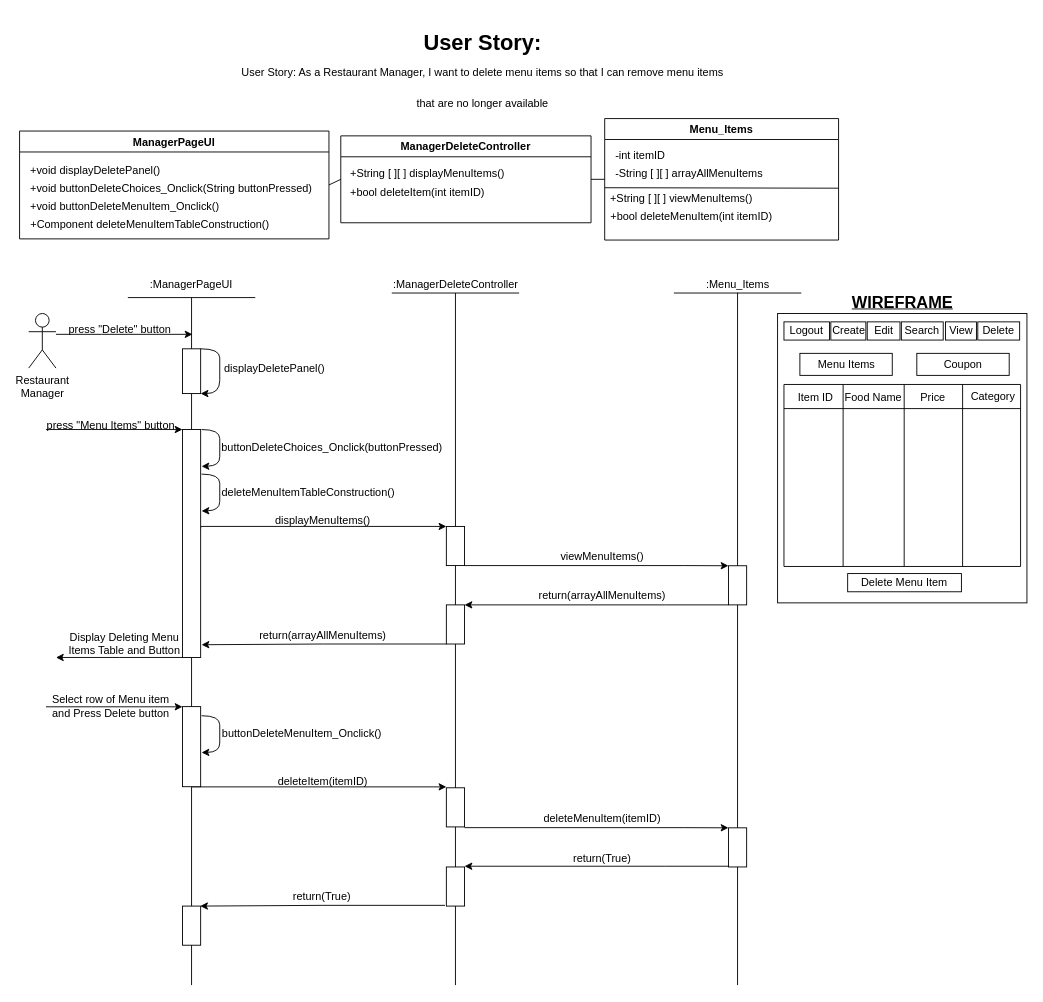
Above: BCE_UML_and_Diagrams/RestaurantManager (WIP)/RestaurantManager_DeleteItems(#19)/UserStory#19_DeleteItems.drawio in extred5700/JAVAGUI-Restaurant-Table-Order-System (draw.io), before the change. Source tidied: cells renumbered, new cells numbered last; positions are measured from the earlier drawing's top-left corner, leaving out a move shared by most shapes. Both pictures are drawn from the tidied source at 91%, with x=0, y=0 at pixel (19, 25).
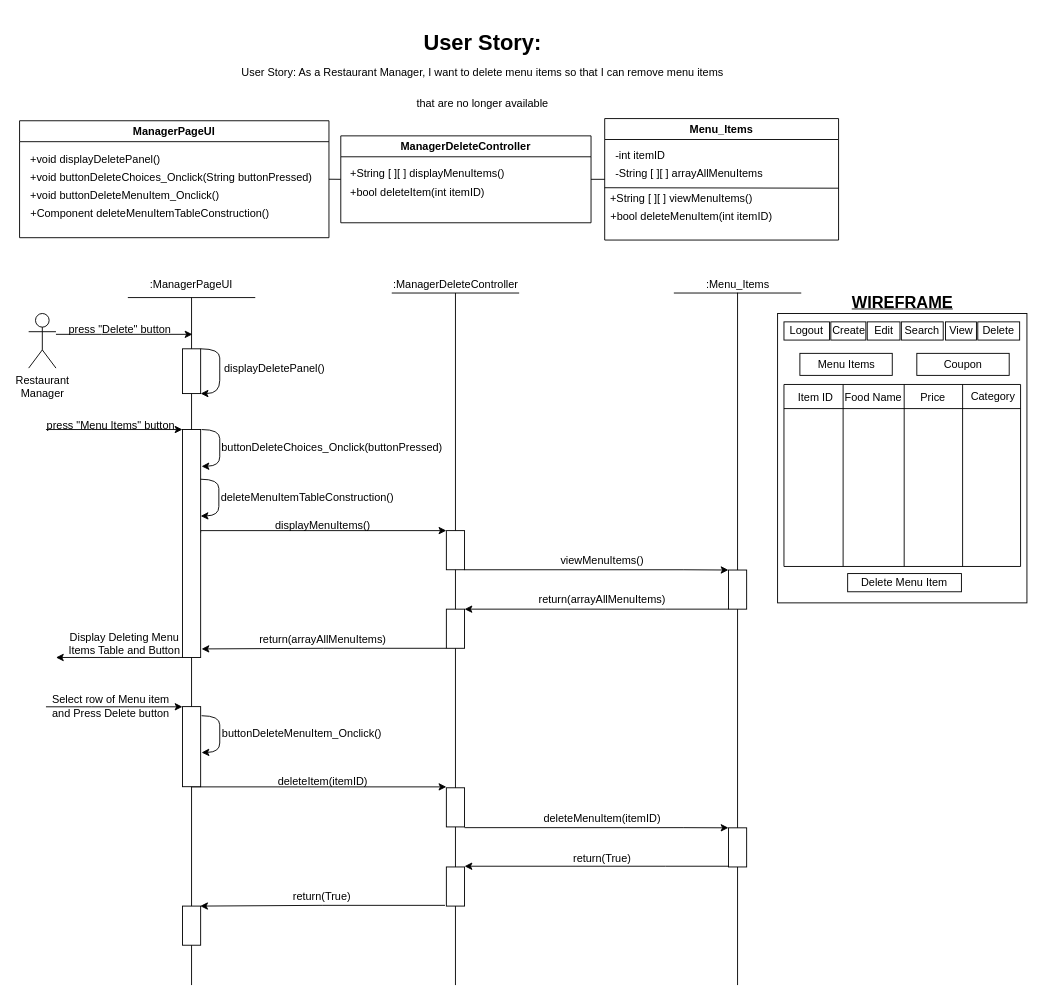
Above is the later version.

The edit, as a diff of the source:
```diff
@@
     <mxCell id="9" value="ManagerPageUI" style="swimlane;" parent="1" vertex="1">
-      <mxGeometry y="116.5" width="340" height="118.5" as="geometry" />
+      <mxGeometry y="105.2" width="340" height="128.5" as="geometry" />
     </mxCell>
@@
-    <mxCell id="13" value="&lt;div style=&quot;text-align: left&quot;&gt;&lt;span&gt;+Component deleteMenuItemTableConstruction()&lt;/span&gt;&lt;/div&gt;" style="text;html=1;align=center;verticalAlign=middle;strokeColor=none;fillColor=none;" parent="9" vertex="1">
+    <mxCell id="13" value="&lt;div style=&quot;text-align: left&quot;&gt;&lt;span&gt;+Component deleteMenuItemTableConstruction(&lt;/span&gt;&lt;span&gt;)&lt;/span&gt;&lt;/div&gt;" style="text;html=1;align=center;verticalAlign=middle;strokeColor=none;fillColor=none;" parent="9" vertex="1">
       <mxGeometry x="3" y="93" width="280" height="20" as="geometry" />
     </mxCell>
@@
     <mxCell id="43" style="edgeStyle=orthogonalEdgeStyle;rounded=0;jettySize=auto;html=1;exitX=1;exitY=0.25;exitDx=0;exitDy=0;entryX=0;entryY=0;entryDx=0;entryDy=0;" parent="1" edge="1" target="62">
       <mxGeometry relative="1" as="geometry">
-        <mxPoint x="199" y="553.1" as="sourcePoint" />
+        <mxPoint x="199" y="557.8" as="sourcePoint" />
         <Array as="points">
-          <mxPoint x="199" y="551" />
+          <mxPoint x="199" y="555.6" />
         </Array>
       </mxGeometry>
     </mxCell>
@@
     <mxCell id="61" style="edgeStyle=orthogonalEdgeStyle;rounded=0;jettySize=auto;html=1;exitX=1;exitY=1;exitDx=0;exitDy=0;entryX=0;entryY=0;entryDx=0;entryDy=0;" parent="1" edge="1" source="62" target="65">
       <mxGeometry relative="1" as="geometry">
         <Array as="points">
-          <mxPoint x="730" y="594" />
-          <mxPoint x="730" y="594" />
+          <mxPoint x="730" y="598.6" />
+          <mxPoint x="730" y="598.6" />
         </Array>
       </mxGeometry>
     </mxCell>
     <mxCell id="62" style="rounded=0;whiteSpace=wrap;html=1;" parent="1" vertex="1">
-      <mxGeometry x="469" y="551" width="20" height="43" as="geometry" />
+      <mxGeometry x="469" y="555.6" width="20" height="43" as="geometry" />
     </mxCell>
     <mxCell id="63" value="&lt;span style=&quot;text-align: left&quot;&gt;displayMenuItems()&lt;/span&gt;" style="text;html=1;align=center;verticalAlign=middle;strokeColor=none;fillColor=none;" parent="1" vertex="1">
-      <mxGeometry x="273" y="535" width="120" height="20" as="geometry" />
+      <mxGeometry x="273" y="539.6" width="120" height="20" as="geometry" />
     </mxCell>
     <mxCell id="64" style="edgeStyle=orthogonalEdgeStyle;rounded=0;jettySize=auto;html=1;exitX=0;exitY=1;exitDx=0;exitDy=0;entryX=1;entryY=0;entryDx=0;entryDy=0;" parent="1" edge="1" source="65" target="68">
       <mxGeometry relative="1" as="geometry">
         <Array as="points">
-          <mxPoint x="710" y="637" />
-          <mxPoint x="710" y="637" />
+          <mxPoint x="710" y="641.6" />
+          <mxPoint x="710" y="641.6" />
         </Array>
       </mxGeometry>
     </mxCell>
     <mxCell id="65" style="rounded=0;whiteSpace=wrap;html=1;" parent="1" vertex="1">
-      <mxGeometry x="779" y="594.2" width="20" height="43" as="geometry" />
+      <mxGeometry x="779" y="598.9" width="20" height="43" as="geometry" />
     </mxCell>
     <mxCell id="66" value="&lt;span style=&quot;text-align: left&quot;&gt;viewMenuItems()&lt;/span&gt;" style="text;html=1;align=center;verticalAlign=middle;strokeColor=none;fillColor=none;" parent="1" vertex="1">
-      <mxGeometry x="585" y="574" width="110" height="20" as="geometry" />
+      <mxGeometry x="585" y="578.6" width="110" height="20" as="geometry" />
     </mxCell>
     <mxCell id="67" style="edgeStyle=orthogonalEdgeStyle;rounded=0;jettySize=auto;html=1;exitX=0;exitY=1;exitDx=0;exitDy=0;" parent="1" edge="1" source="68">
       <mxGeometry relative="1" as="geometry">
-        <mxPoint x="200" y="681" as="targetPoint" />
+        <mxPoint x="200" y="685.6" as="targetPoint" />
         <Array as="points">
-          <mxPoint x="334" y="680" />
-          <mxPoint x="200" y="681" />
+          <mxPoint x="334" y="684.6" />
+          <mxPoint x="200" y="685.6" />
         </Array>
       </mxGeometry>
     </mxCell>
     <mxCell id="68" style="rounded=0;whiteSpace=wrap;html=1;" parent="1" vertex="1">
-      <mxGeometry x="469" y="637.2" width="20" height="43" as="geometry" />
+      <mxGeometry x="469" y="641.9" width="20" height="43" as="geometry" />
     </mxCell>
     <mxCell id="69" value="&lt;span style=&quot;text-align: left&quot;&gt;return(arrayAllMenuItems)&lt;/span&gt;" style="text;html=1;align=center;verticalAlign=middle;strokeColor=none;fillColor=none;" parent="1" vertex="1">
-      <mxGeometry x="565" y="617.2" width="150" height="20" as="geometry" />
+      <mxGeometry x="565" y="621.9" width="150" height="20" as="geometry" />
     </mxCell>
     <mxCell id="70" value="&lt;span style=&quot;text-align: left&quot;&gt;return(arrayAllMenuItems)&lt;/span&gt;" style="text;html=1;align=center;verticalAlign=middle;strokeColor=none;fillColor=none;" parent="1" vertex="1">
-      <mxGeometry x="258" y="661" width="150" height="20" as="geometry" />
+      <mxGeometry x="258" y="665.6" width="150" height="20" as="geometry" />
     </mxCell>
@@
     <mxCell id="89" style="curved=1;endArrow=classic;html=1;rounded=0;exitX=1;exitY=0;exitDx=0;exitDy=0;" parent="1" edge="1">
       <mxGeometry relative="1" as="geometry">
-        <mxPoint x="200" y="493.5" as="sourcePoint" />
-        <mxPoint x="200" y="534" as="targetPoint" />
+        <mxPoint x="199" y="499.1" as="sourcePoint" />
+        <mxPoint x="199" y="539.6" as="targetPoint" />
         <Array as="points">
-          <mxPoint x="220" y="493.5" />
-          <mxPoint x="220" y="513.5" />
-          <mxPoint x="220" y="533.5" />
+          <mxPoint x="219" y="499.1" />
+          <mxPoint x="219" y="519.1" />
+          <mxPoint x="219" y="539.1" />
         </Array>
       </mxGeometry>
     </mxCell>
-    <mxCell id="90" value="&lt;div style=&quot;text-align: left&quot;&gt;&lt;span&gt;deleteMenuItemTableConstruction()&lt;/span&gt;&lt;/div&gt;" style="text;html=1;align=center;verticalAlign=middle;strokeColor=none;fillColor=none;" parent="1" vertex="1">
-      <mxGeometry x="212" y="503.5" width="210" height="20" as="geometry" />
+    <mxCell id="90" value="&lt;div style=&quot;text-align: left&quot;&gt;&lt;span&gt;deleteMenuItemTableConstruction(&lt;/span&gt;&lt;span style=&quot;text-align: center&quot;&gt;)&lt;/span&gt;&lt;/div&gt;" style="text;html=1;align=center;verticalAlign=middle;strokeColor=none;fillColor=none;" parent="1" vertex="1">
+      <mxGeometry x="211" y="509.1" width="210" height="20" as="geometry" />
     </mxCell>
```
